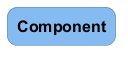
This is docs/architecture/diagrams/structurizr-Components__chrislyons_dev_flarelette_crypto-key.png from chrislyons-dev/flarelette-crypto, a PlantUML export, as it was before one commit.
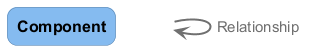
After the change.

What changed in the source:
```diff
@@ -25,5 +25,8 @@
 }
 rectangle "==Component" <<1>>
 
+rectangle "." <<_transparent>> as 2
+2 -[#707070,thickness=2]-> 2 : "<color:#707070>Relationship"
+
 
 @enduml
```
